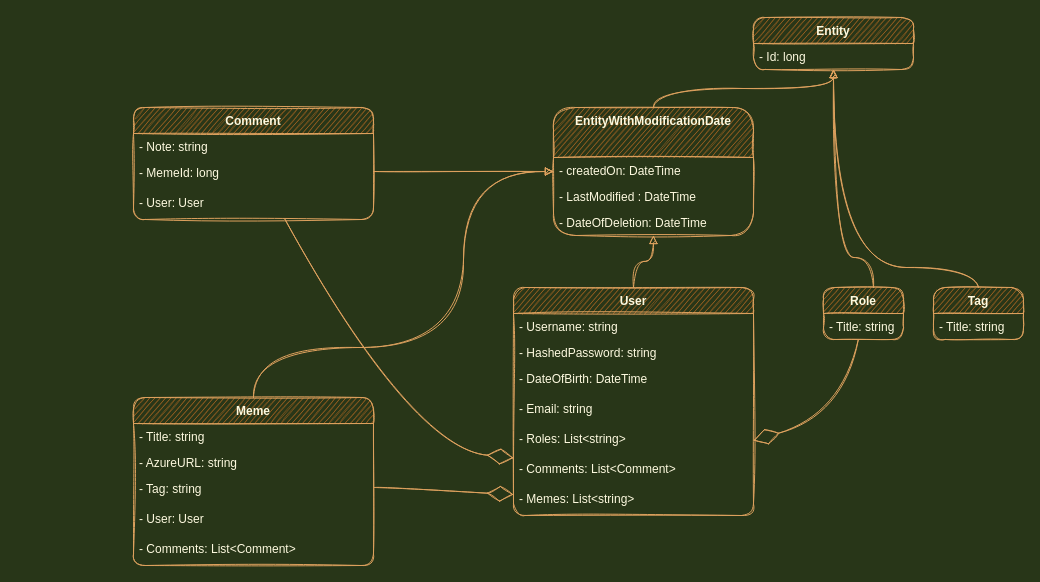
The draw.io diagram petProject.drawio in Sairieth/MemeIt, before the edit. Source tidied: cells renumbered, new cells numbered last; positions are measured from the earlier drawing's top-left corner, leaving out a move shared by most shapes. Both pictures are drawn from the tidied source at 100%, with x=0, y=0 at pixel (133, 17).
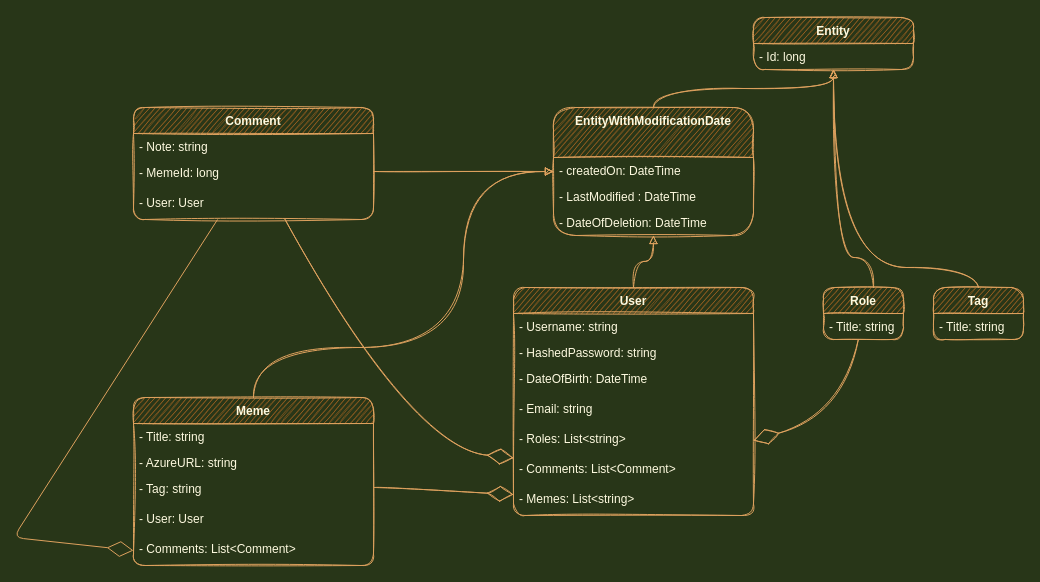
Above is the later version.

Commit message:
chore: mod to class relations

The change refers to these unchanged cells:
```xml
<mxCell id="15" value="- Comments: List&lt;Comment&gt;" style="text;strokeColor=none;fillColor=none;align=left;verticalAlign=top;spacingLeft=4;spacingRight=4;overflow=hidden;points=[[0,0.5],[1,0.5]];portConstraint=eastwest;rounded=1;fontColor=#FEFAE0;sketch=1;" parent="10" vertex="1">
  <mxGeometry y="138" width="240" height="30" as="geometry" />
</mxCell>
<mxCell id="16" value="Comment" style="swimlane;fontStyle=1;align=center;verticalAlign=top;horizontal=1;startSize=26;rounded=1;fontColor=#FEFAE0;strokeColor=#DDA15E;fillColor=#BC6C25;sketch=1;" parent="1" vertex="1">
  <mxGeometry y="90" width="240" height="112" as="geometry" />
</mxCell>
```

Diff of the diagram source:
```diff
@@
+    <mxCell id="41" style="endArrow=diamondThin;endFill=0;endSize=24;html=1;rounded=1;fontColor=#FEFAE0;strokeColor=#DDA15E;fillColor=#BC6C25;entryX=0;entryY=0.5;entryDx=0;entryDy=0;" parent="1" edge="1" source="16" target="15">
+      <mxGeometry relative="1" as="geometry">
+        <Array as="points">
+          <mxPoint x="-120" y="520" />
+        </Array>
+      </mxGeometry>
+    </mxCell>
```
